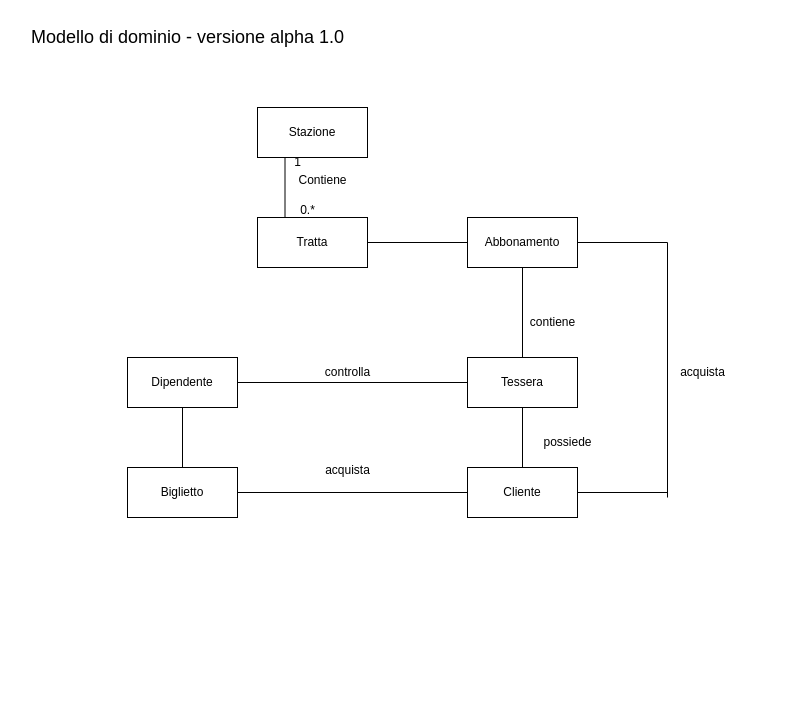
The draw.io diagram Diagrammi/Modello di dominio_v1.0.drawio in IngSW-unipv/Progetto-K25, before the edit. Source tidied: cells renumbered, new cells numbered last; positions are measured from the earlier drawing's top-left corner, leaving out a move shared by most shapes. Both pictures are drawn from the tidied source at 100%, with x=0, y=0 at pixel (17, 17).
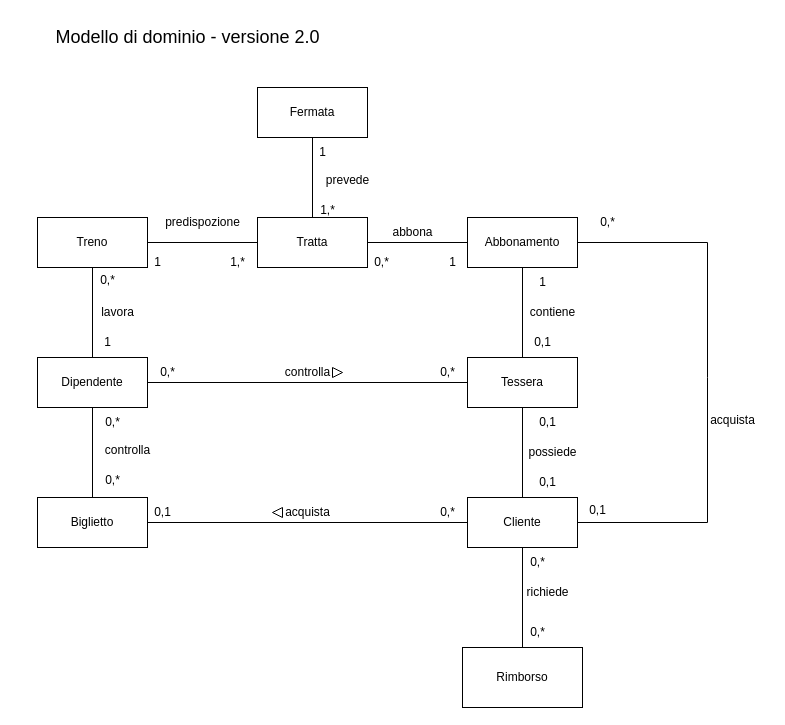
Above is the later version.

Unchanged cells that the change refers to:
```xml
<mxCell id="5" value="Abbonamento" style="html=1;whiteSpace=wrap;" parent="1" vertex="1">
  <mxGeometry x="450" y="200" width="110" height="50" as="geometry" />
</mxCell>
<mxCell id="7" value="Tratta" style="html=1;whiteSpace=wrap;" parent="1" vertex="1">
  <mxGeometry x="240" y="200" width="110" height="50" as="geometry" />
</mxCell>
```

The edit, as a diff of the source:
```diff
@@
     <mxCell id="2" value="Cliente" style="html=1;whiteSpace=wrap;" parent="1" vertex="1">
-      <mxGeometry x="450" y="450" width="110" height="50" as="geometry" />
+      <mxGeometry x="450" y="480" width="110" height="50" as="geometry" />
     </mxCell>
     <mxCell id="3" value="Dipendente" style="html=1;whiteSpace=wrap;" parent="1" vertex="1">
-      <mxGeometry x="110" y="340" width="110" height="50" as="geometry" />
+      <mxGeometry x="20" y="340" width="110" height="50" as="geometry" />
     </mxCell>
@@
     <mxCell id="6" value="Biglietto" style="html=1;whiteSpace=wrap;" parent="1" vertex="1">
-      <mxGeometry x="110" y="450" width="110" height="50" as="geometry" />
+      <mxGeometry x="20" y="480" width="110" height="50" as="geometry" />
     </mxCell>
@@
-    <mxCell id="8" value="Stazione" style="html=1;whiteSpace=wrap;" parent="1" vertex="1">
-      <mxGeometry x="240" y="90" width="110" height="50" as="geometry" />
+    <mxCell id="8" value="Fermata" style="html=1;whiteSpace=wrap;" parent="1" vertex="1">
+      <mxGeometry x="240" y="70" width="110" height="50" as="geometry" />
     </mxCell>
-    <mxCell id="9" style="endArrow=none;html=1;rounded=0;entryX=0.25;entryY=1;entryDx=0;entryDy=0;exitX=0.25;exitY=0;exitDx=0;exitDy=0;" parent="1" edge="1" source="7" target="8">
-      <mxGeometry relative="1" as="geometry" />
-    </mxCell>
-    <mxCell id="10" value="Contiene" style="text;html=1;align=center;verticalAlign=middle;strokeColor=none;fillColor=none;" parent="1" vertex="1">
-      <mxGeometry x="270" y="148" width="70" height="30" as="geometry" />
+    <mxCell id="10" value="prevede" style="text;html=1;align=center;verticalAlign=middle;strokeColor=none;fillColor=none;" parent="1" vertex="1">
+      <mxGeometry x="295" y="148" width="70" height="30" as="geometry" />
     </mxCell>
-    <mxCell id="11" value="1" style="text;html=1;align=center;verticalAlign=middle;strokeColor=none;fillColor=none;" parent="1" vertex="1">
-      <mxGeometry x="265" y="130" width="30" height="30" as="geometry" />
+    <mxCell id="11" value="1,*" style="text;html=1;align=center;verticalAlign=middle;strokeColor=none;fillColor=none;" parent="1" vertex="1">
+      <mxGeometry x="290" y="178" width="40" height="30" as="geometry" />
     </mxCell>
-    <mxCell id="12" value="0.*" style="text;html=1;align=center;verticalAlign=middle;strokeColor=none;fillColor=none;" parent="1" vertex="1">
-      <mxGeometry x="270" y="178" width="40" height="30" as="geometry" />
+    <mxCell id="12" value="1" style="text;html=1;align=center;verticalAlign=middle;strokeColor=none;fillColor=none;" parent="1" vertex="1">
+      <mxGeometry x="290" y="120" width="30" height="30" as="geometry" />
     </mxCell>
@@
     <mxCell id="19" value="controlla" style="text;html=1;align=center;verticalAlign=middle;strokeColor=none;fillColor=none;" parent="1" vertex="1">
-      <mxGeometry x="295" y="340" width="70" height="30" as="geometry" />
+      <mxGeometry x="255" y="340" width="70" height="30" as="geometry" />
     </mxCell>
     <mxCell id="20" value="possiede" style="text;html=1;align=center;verticalAlign=middle;strokeColor=none;fillColor=none;" parent="1" vertex="1">
-      <mxGeometry x="515" y="410" width="70" height="30" as="geometry" />
+      <mxGeometry x="500" y="420" width="70" height="30" as="geometry" />
     </mxCell>
     <mxCell id="21" value="acquista" style="text;html=1;align=center;verticalAlign=middle;strokeColor=none;fillColor=none;" parent="1" vertex="1">
-      <mxGeometry x="295" y="438" width="70" height="30" as="geometry" />
+      <mxGeometry x="255" y="480" width="70" height="30" as="geometry" />
     </mxCell>
     <mxCell id="22" value="contiene" style="text;html=1;align=center;verticalAlign=middle;strokeColor=none;fillColor=none;" parent="1" vertex="1">
-      <mxGeometry x="500" y="290" width="70" height="30" as="geometry" />
+      <mxGeometry x="500" y="280" width="70" height="30" as="geometry" />
     </mxCell>
-    <mxCell id="23" style="endArrow=none;html=1;rounded=0;entryX=1;entryY=0.5;entryDx=0;entryDy=0;" parent="1" edge="1" target="2">
-      <mxGeometry relative="1" as="geometry">
-        <mxPoint x="650" y="475" as="sourcePoint" />
-      </mxGeometry>
-    </mxCell>
-    <mxCell id="24" style="endArrow=none;html=1;rounded=0;exitX=1;exitY=0.5;exitDx=0;exitDy=0;" parent="1" edge="1" source="5">
-      <mxGeometry relative="1" as="geometry">
-        <mxPoint x="650" y="480" as="targetPoint" />
-        <Array as="points">
-          <mxPoint x="650" y="225" />
-        </Array>
-      </mxGeometry>
-    </mxCell>
+    <mxCell id="26" value="&lt;font style=&quot;font-size: 18px;&quot;&gt;Modello di dominio - versione 2.0&lt;/font&gt;" style="text;html=1;align=center;verticalAlign=middle;strokeColor=none;fillColor=none;" parent="1" vertex="1">
+      <mxGeometry x="25" width="290" height="40" as="geometry" />
+    </mxCell>
+    <mxCell id="27" value="Treno" style="html=1;whiteSpace=wrap;" parent="1" vertex="1">
+      <mxGeometry x="20" y="200" width="110" height="50" as="geometry" />
+    </mxCell>
+    <mxCell id="28" style="endArrow=none;html=1;rounded=0;entryX=0.5;entryY=1;entryDx=0;entryDy=0;exitX=0.5;exitY=0;exitDx=0;exitDy=0;" parent="1" edge="1" source="3" target="27">
+      <mxGeometry relative="1" as="geometry" />
+    </mxCell>
+    <mxCell id="29" style="endArrow=none;html=1;rounded=0;entryX=1;entryY=0.5;entryDx=0;entryDy=0;exitX=0;exitY=0.5;exitDx=0;exitDy=0;" parent="1" edge="1" source="7" target="27">
+      <mxGeometry relative="1" as="geometry" />
+    </mxCell>
+    <mxCell id="30" value="0,1" style="text;html=1;align=center;verticalAlign=middle;strokeColor=none;fillColor=none;" parent="1" vertex="1">
+      <mxGeometry x="510" y="390" width="40" height="30" as="geometry" />
+    </mxCell>
+    <mxCell id="31" value="0,1" style="text;html=1;align=center;verticalAlign=middle;strokeColor=none;fillColor=none;" parent="1" vertex="1">
+      <mxGeometry x="510" y="450" width="40" height="30" as="geometry" />
+    </mxCell>
+    <mxCell id="32" value="0,1" style="text;html=1;align=center;verticalAlign=middle;strokeColor=none;fillColor=none;" parent="1" vertex="1">
+      <mxGeometry x="505" y="310" width="40" height="30" as="geometry" />
+    </mxCell>
+    <mxCell id="33" value="1" style="text;html=1;align=center;verticalAlign=middle;strokeColor=none;fillColor=none;" parent="1" vertex="1">
+      <mxGeometry x="510" y="250" width="30" height="30" as="geometry" />
+    </mxCell>
+    <mxCell id="34" style="triangle;whiteSpace=wrap;html=1;" parent="1" vertex="1">
+      <mxGeometry x="315" y="350" width="10" height="10" as="geometry" />
+    </mxCell>
+    <mxCell id="35" value="controlla" style="text;html=1;align=center;verticalAlign=middle;strokeColor=none;fillColor=none;" parent="1" vertex="1">
+      <mxGeometry x="75" y="418" width="70" height="30" as="geometry" />
+    </mxCell>
+    <mxCell id="36" value="lavora" style="text;html=1;align=center;verticalAlign=middle;strokeColor=none;fillColor=none;" parent="1" vertex="1">
+      <mxGeometry x="70" y="280" width="60" height="30" as="geometry" />
+    </mxCell>
+    <mxCell id="37" value="predispozione" style="text;html=1;align=center;verticalAlign=middle;strokeColor=none;fillColor=none;" parent="1" vertex="1">
+      <mxGeometry x="135" y="190" width="100" height="30" as="geometry" />
+    </mxCell>
+    <mxCell id="38" value="0,*" style="text;html=1;align=center;verticalAlign=middle;strokeColor=none;fillColor=none;" parent="1" vertex="1">
+      <mxGeometry x="410" y="340" width="40" height="30" as="geometry" />
+    </mxCell>
+    <mxCell id="39" value="0,*" style="text;html=1;align=center;verticalAlign=middle;strokeColor=none;fillColor=none;" parent="1" vertex="1">
+      <mxGeometry x="130" y="340" width="40" height="30" as="geometry" />
+    </mxCell>
+    <mxCell id="40" value="0,*" style="text;html=1;align=center;verticalAlign=middle;strokeColor=none;fillColor=none;" parent="1" vertex="1">
+      <mxGeometry x="75" y="390" width="40" height="30" as="geometry" />
+    </mxCell>
+    <mxCell id="41" value="0,*" style="text;html=1;align=center;verticalAlign=middle;strokeColor=none;fillColor=none;" parent="1" vertex="1">
+      <mxGeometry x="75" y="448" width="40" height="30" as="geometry" />
+    </mxCell>
+    <mxCell id="9" style="endArrow=none;html=1;rounded=0;entryX=0.5;entryY=1;entryDx=0;entryDy=0;exitX=0.5;exitY=0;exitDx=0;exitDy=0;" parent="1" edge="1" source="7" target="8">
+      <mxGeometry relative="1" as="geometry" />
+    </mxCell>
+    <mxCell id="42" value="0,*" style="text;html=1;align=center;verticalAlign=middle;strokeColor=none;fillColor=none;" parent="1" vertex="1">
+      <mxGeometry x="410" y="480" width="40" height="30" as="geometry" />
+    </mxCell>
+    <mxCell id="43" style="triangle;whiteSpace=wrap;html=1;rotation=-180;" parent="1" vertex="1">
+      <mxGeometry x="255" y="490" width="10" height="10" as="geometry" />
+    </mxCell>
+    <mxCell id="44" value="0,1" style="text;html=1;align=center;verticalAlign=middle;strokeColor=none;fillColor=none;" parent="1" vertex="1">
+      <mxGeometry x="125" y="480" width="40" height="30" as="geometry" />
+    </mxCell>
+    <mxCell id="45" value="Rimborso" style="rounded=0;whiteSpace=wrap;html=1;" parent="1" vertex="1">
+      <mxGeometry x="445" y="630" width="120" height="60" as="geometry" />
+    </mxCell>
+    <mxCell id="46" style="endArrow=none;html=1;rounded=0;entryX=0.5;entryY=1;entryDx=0;entryDy=0;exitX=0.5;exitY=0;exitDx=0;exitDy=0;" parent="1" edge="1" source="45" target="2">
+      <mxGeometry relative="1" as="geometry" />
+    </mxCell>
+    <mxCell id="47" value="richiede" style="text;html=1;align=center;verticalAlign=middle;strokeColor=none;fillColor=none;" parent="1" vertex="1">
+      <mxGeometry x="495" y="560" width="70" height="30" as="geometry" />
+    </mxCell>
+    <mxCell id="48" value="0,*" style="text;html=1;align=center;verticalAlign=middle;strokeColor=none;fillColor=none;" parent="1" vertex="1">
+      <mxGeometry x="500" y="530" width="40" height="30" as="geometry" />
+    </mxCell>
+    <mxCell id="49" value="0,*" style="text;html=1;align=center;verticalAlign=middle;strokeColor=none;fillColor=none;" parent="1" vertex="1">
+      <mxGeometry x="500" y="600" width="40" height="30" as="geometry" />
+    </mxCell>
+    <mxCell id="50" style="endArrow=none;html=1;rounded=0;entryX=1;entryY=0.5;entryDx=0;entryDy=0;exitX=1;exitY=0.5;exitDx=0;exitDy=0;" parent="1" edge="1" source="5" target="2">
+      <mxGeometry relative="1" as="geometry">
+        <Array as="points">
+          <mxPoint x="690" y="225" />
+          <mxPoint x="690" y="360" />
+          <mxPoint x="690" y="505" />
+        </Array>
+      </mxGeometry>
+    </mxCell>
     <mxCell id="25" value="acquista" style="text;html=1;align=center;verticalAlign=middle;strokeColor=none;fillColor=none;" parent="1" vertex="1">
-      <mxGeometry x="650" y="340" width="70" height="30" as="geometry" />
+      <mxGeometry x="680" y="388" width="70" height="30" as="geometry" />
     </mxCell>
-    <mxCell id="26" value="&lt;font style=&quot;font-size: 18px;&quot;&gt;Modello di dominio - versione alpha 1.0&lt;/font&gt;" style="text;html=1;align=center;verticalAlign=middle;strokeColor=none;fillColor=none;" parent="1" vertex="1">
-      <mxGeometry width="340" height="40" as="geometry" />
-    </mxCell>
+    <mxCell id="51" value="1" style="text;html=1;align=center;verticalAlign=middle;strokeColor=none;fillColor=none;" parent="1" vertex="1">
+      <mxGeometry x="75" y="310" width="30" height="30" as="geometry" />
+    </mxCell>
+    <mxCell id="52" value="0,*" style="text;html=1;align=center;verticalAlign=middle;strokeColor=none;fillColor=none;" parent="1" vertex="1">
+      <mxGeometry x="70" y="248" width="40" height="30" as="geometry" />
+    </mxCell>
+    <mxCell id="53" value="1,*" style="text;html=1;align=center;verticalAlign=middle;strokeColor=none;fillColor=none;" parent="1" vertex="1">
+      <mxGeometry x="200" y="230" width="40" height="30" as="geometry" />
+    </mxCell>
+    <mxCell id="54" value="1" style="text;html=1;align=center;verticalAlign=middle;strokeColor=none;fillColor=none;" parent="1" vertex="1">
+      <mxGeometry x="125" y="230" width="30" height="30" as="geometry" />
+    </mxCell>
+    <mxCell id="55" value="abbona" style="text;html=1;align=center;verticalAlign=middle;strokeColor=none;fillColor=none;" parent="1" vertex="1">
+      <mxGeometry x="365" y="200" width="60" height="30" as="geometry" />
+    </mxCell>
+    <mxCell id="56" value="0,*" style="text;html=1;align=center;verticalAlign=middle;strokeColor=none;fillColor=none;" parent="1" vertex="1">
+      <mxGeometry x="344" y="230" width="40" height="30" as="geometry" />
+    </mxCell>
+    <mxCell id="57" value="1" style="text;html=1;align=center;verticalAlign=middle;strokeColor=none;fillColor=none;" parent="1" vertex="1">
+      <mxGeometry x="420" y="230" width="30" height="30" as="geometry" />
+    </mxCell>
+    <mxCell id="58" value="0,1" style="text;html=1;align=center;verticalAlign=middle;strokeColor=none;fillColor=none;" parent="1" vertex="1">
+      <mxGeometry x="560" y="478" width="40" height="30" as="geometry" />
+    </mxCell>
+    <mxCell id="59" value="0,*" style="text;html=1;align=center;verticalAlign=middle;strokeColor=none;fillColor=none;" parent="1" vertex="1">
+      <mxGeometry x="570" y="190" width="40" height="30" as="geometry" />
+    </mxCell>
```
